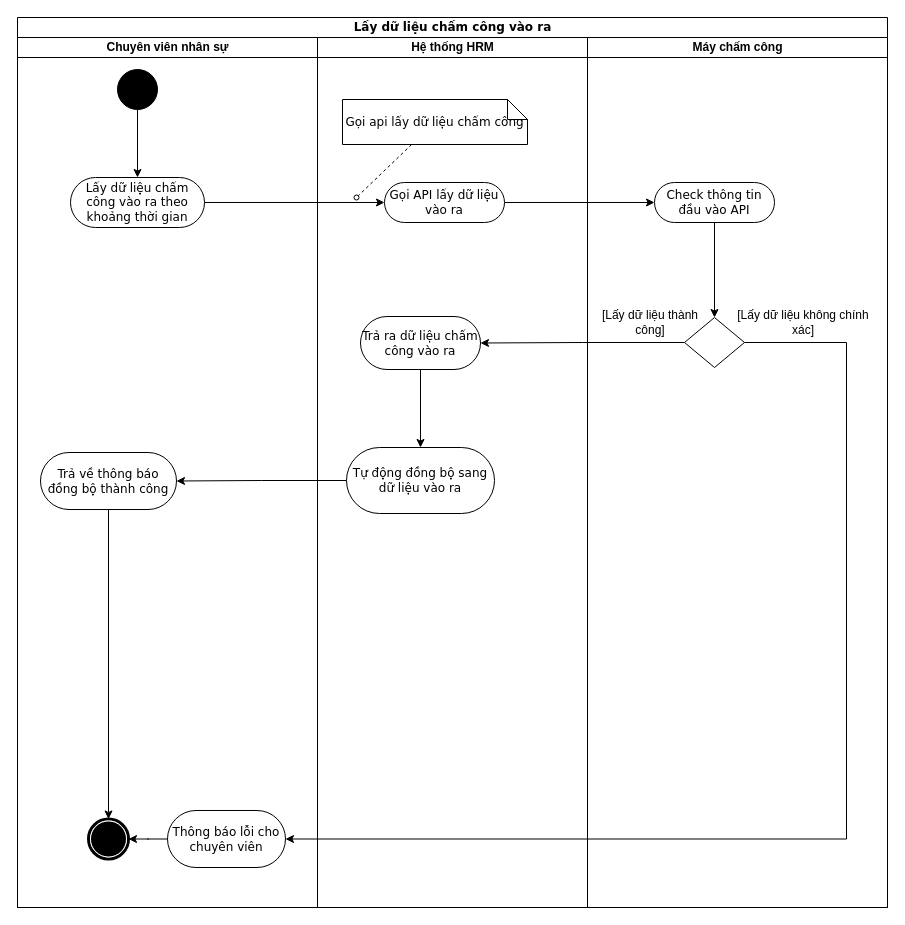
Above: page "GetData" (3 of 3) of Untitled Diagram.drawio in dungnm8/temp_follow (draw.io), before the change. Source tidied: cells renumbered, new cells numbered last; positions are measured from the earlier drawing's top-left corner, leaving out a move shared by most shapes. Both pictures are drawn from the tidied source at 100%, with x=0, y=0 at pixel (17, 17).
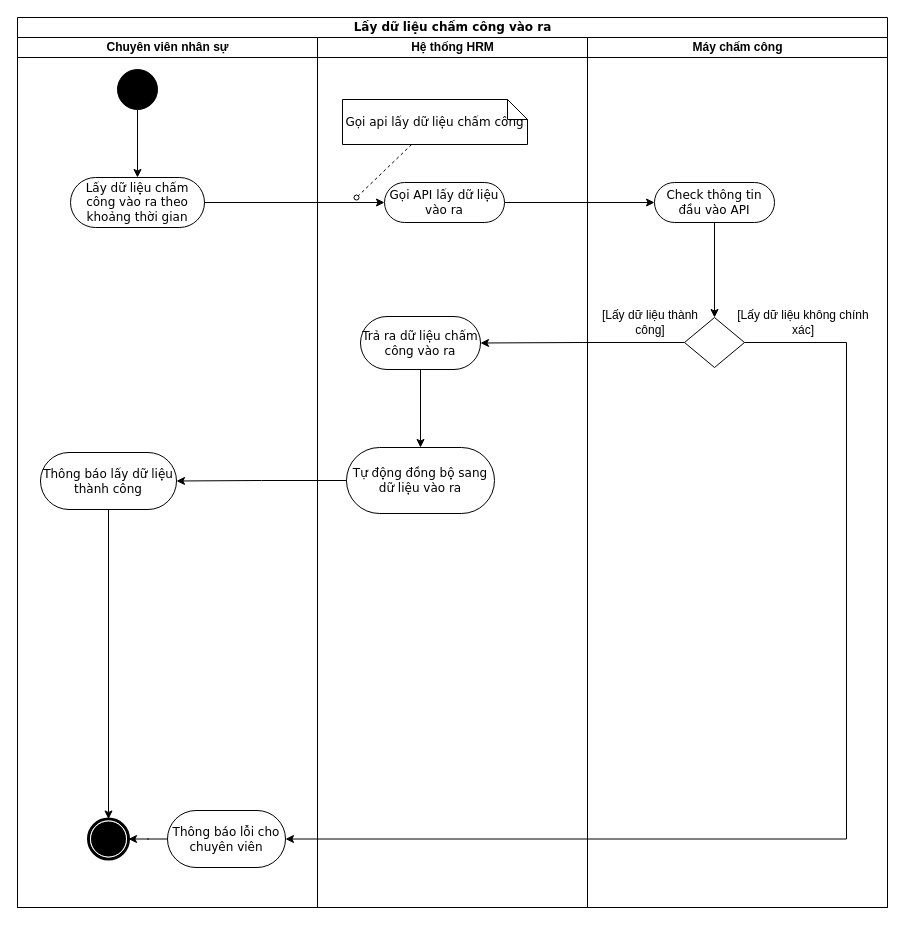
The same diagram, later.

The change refers to these unchanged cells:
```xml
<mxCell id="3" value="Chuyên viên nhân sự" style="swimlane;html=1;startSize=20;" parent="2" vertex="1">
  <mxGeometry y="20" width="300" height="870" as="geometry" />
</mxCell>
```

Change to the diagram source:
```diff
@@
-    <mxCell id="8" value="Trả về thông báo đồng bộ thành công" style="rounded=1;whiteSpace=wrap;html=1;shadow=0;comic=0;labelBackgroundColor=none;strokeWidth=1;fontFamily=Verdana;fontSize=12;align=center;arcSize=50;" parent="3" vertex="1">
+    <mxCell id="8" value="Thông báo lấy dữ liệu thành công" style="rounded=1;whiteSpace=wrap;html=1;shadow=0;comic=0;labelBackgroundColor=none;strokeWidth=1;fontFamily=Verdana;fontSize=12;align=center;arcSize=50;" parent="3" vertex="1">
       <mxGeometry x="23" y="415" width="136" height="57" as="geometry" />
     </mxCell>
```
